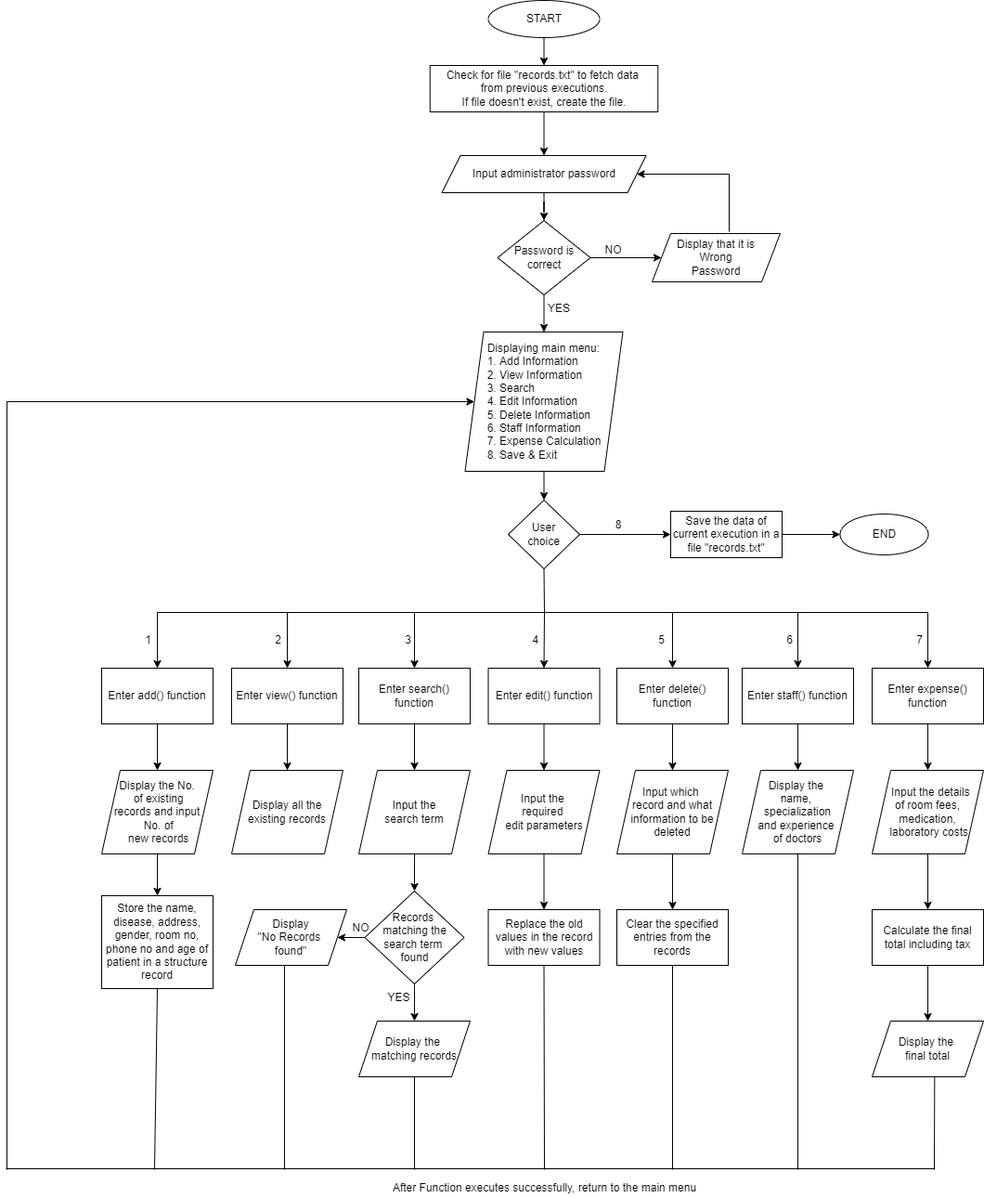
Earlier version of the draw.io export Flowchart.png (adivishnu-a/Hospital-Management-System). Source tidied: cells renumbered, new cells last; positions are measured from the earlier drawing's top-left corner, leaving out a move shared by most shapes.
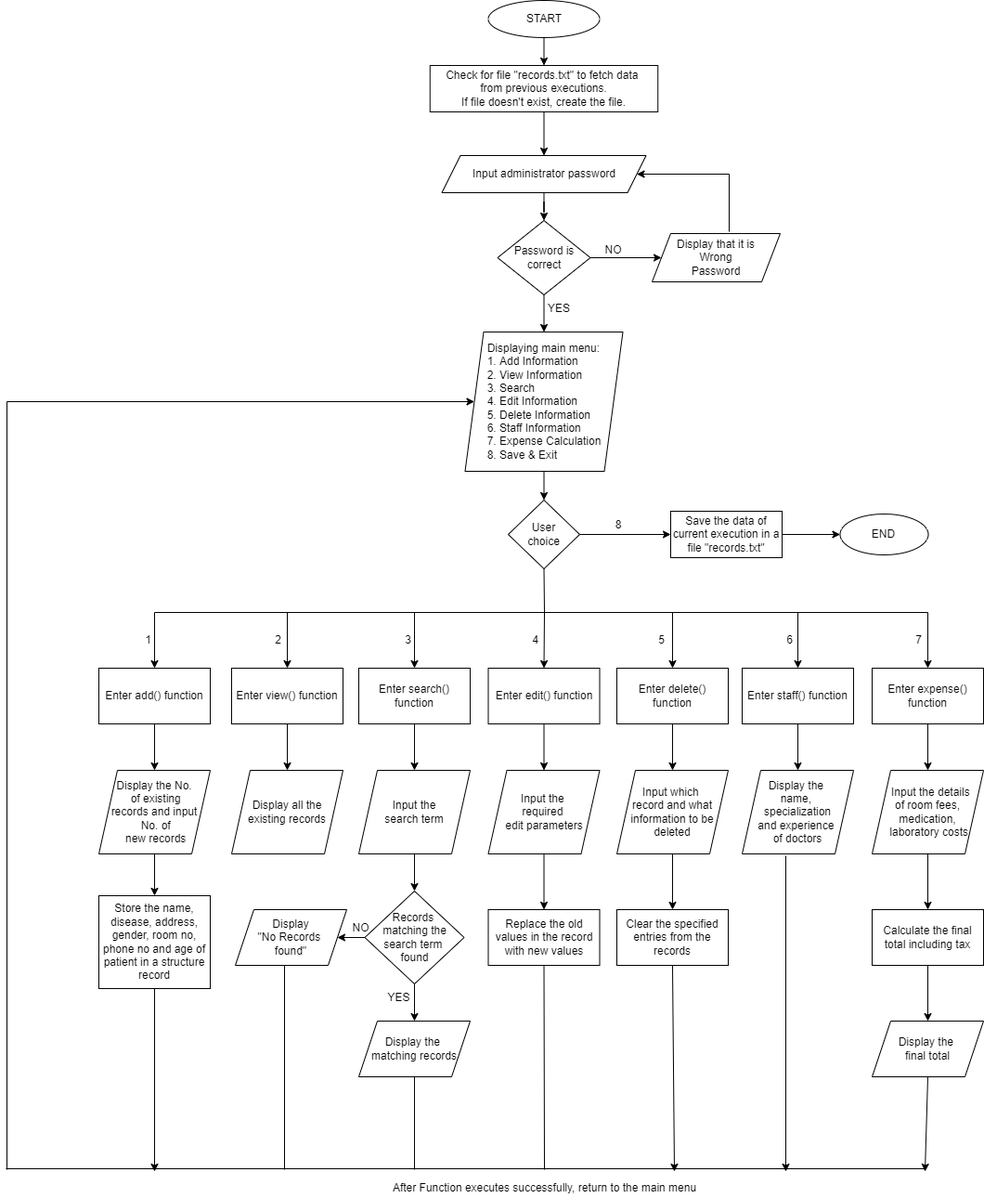
Above is the later version.

Diff of the diagram source:
```diff
@@ -77,13 +77,13 @@
     </mxCell>
     <mxCell id="24" style="endArrow=none;html=1;rounded=0;" parent="1" edge="1">
       <mxGeometry relative="1" as="geometry">
-        <mxPoint x="163" y="659" as="sourcePoint" />
+        <mxPoint x="160" y="659" as="sourcePoint" />
         <mxPoint x="993" y="659" as="targetPoint" />
       </mxGeometry>
     </mxCell>
     <mxCell id="25" style="endArrow=classic;html=1;rounded=0;entryX=0.5;entryY=0;entryDx=0;entryDy=0;" parent="1" edge="1" target="28">
       <mxGeometry relative="1" as="geometry">
-        <mxPoint x="163" y="659" as="sourcePoint" />
+        <mxPoint x="160" y="659" as="sourcePoint" />
       </mxGeometry>
     </mxCell>
     <mxCell id="26" style="endArrow=classic;html=1;rounded=0;entryX=0.5;entryY=0;entryDx=0;entryDy=0;" parent="1" edge="1" target="30">
@@ -95,7 +95,7 @@
       <mxGeometry relative="1" as="geometry" />
     </mxCell>
     <mxCell id="28" value="Enter add() function" style="rounded=0;whiteSpace=wrap;html=1;" parent="1" vertex="1">
-      <mxGeometry x="103" y="719" width="120" height="60" as="geometry" />
+      <mxGeometry x="100" y="719" width="120" height="60" as="geometry" />
     </mxCell>
     <mxCell id="29" style="edgeStyle=none;rounded=0;jettySize=auto;html=1;fontColor=#3399FF;" parent="1" edge="1" source="30" target="55">
       <mxGeometry relative="1" as="geometry" />
@@ -183,7 +183,7 @@
       <mxGeometry relative="1" as="geometry" />
     </mxCell>
     <mxCell id="54" value="&lt;div&gt;&lt;span&gt;&amp;nbsp;Display the No. &lt;br&gt;&amp;nbsp; of existing &lt;br&gt;records and input&lt;br&gt;&amp;nbsp;No. of&lt;br&gt;&amp;nbsp;new records&lt;/span&gt;&lt;/div&gt;" style="shape=parallelogram;perimeter=parallelogramPerimeter;whiteSpace=wrap;html=1;fixedSize=1;rounded=0;align=center;" parent="1" vertex="1">
-      <mxGeometry x="103" y="829" width="120" height="90" as="geometry" />
+      <mxGeometry x="100" y="829" width="120" height="90" as="geometry" />
     </mxCell>
     <mxCell id="55" value="Display all the existing records" style="shape=parallelogram;perimeter=parallelogramPerimeter;whiteSpace=wrap;html=1;fixedSize=1;rounded=0;" parent="1" vertex="1">
       <mxGeometry x="243" y="829" width="120" height="90" as="geometry" />
@@ -237,7 +237,7 @@
       <mxGeometry x="793" y="829" width="120" height="90" as="geometry" />
     </mxCell>
     <mxCell id="72" value="Store the name, disease, address, gender, room no, phone no and age of patient in a structure record" style="whiteSpace=wrap;html=1;rounded=0;" parent="1" vertex="1">
-      <mxGeometry x="103" y="964" width="120" height="100" as="geometry" />
+      <mxGeometry x="100" y="964" width="120" height="100" as="geometry" />
     </mxCell>
     <mxCell id="73" style="edgeStyle=none;rounded=0;jettySize=auto;html=1;fontColor=#000000;" parent="1" edge="1" source="74" target="76">
       <mxGeometry relative="1" as="geometry" />
@@ -257,27 +257,12 @@
     <mxCell id="78" style="endArrow=none;html=1;rounded=0;fontColor=#000000;" parent="1" edge="1">
       <mxGeometry relative="1" as="geometry">
         <mxPoint y="1258" as="sourcePoint" />
-        <mxPoint x="1000" y="1258" as="targetPoint" />
+        <mxPoint x="990" y="1258" as="targetPoint" />
         <Array as="points">
           <mxPoint x="580" y="1258" />
         </Array>
       </mxGeometry>
     </mxCell>
-    <mxCell id="79" style="endArrow=none;html=1;rounded=0;fontColor=#000000;entryX=0.561;entryY=0.994;entryDx=0;entryDy=0;entryPerimeter=0;" parent="1" edge="1" target="77">
-      <mxGeometry relative="1" as="geometry">
-        <mxPoint x="1000" y="1259" as="sourcePoint" />
-      </mxGeometry>
-    </mxCell>
-    <mxCell id="80" style="endArrow=none;html=1;rounded=0;fontColor=#000000;entryX=0.5;entryY=1;entryDx=0;entryDy=0;" parent="1" edge="1" target="71">
-      <mxGeometry relative="1" as="geometry">
-        <mxPoint x="853" y="1259" as="sourcePoint" />
-      </mxGeometry>
-    </mxCell>
-    <mxCell id="81" style="endArrow=none;html=1;rounded=0;fontColor=#000000;entryX=0.5;entryY=1;entryDx=0;entryDy=0;" parent="1" edge="1" target="70">
-      <mxGeometry relative="1" as="geometry">
-        <mxPoint x="718" y="1259" as="sourcePoint" />
-      </mxGeometry>
-    </mxCell>
     <mxCell id="82" style="endArrow=none;html=1;rounded=0;fontColor=#000000;entryX=0.5;entryY=1;entryDx=0;entryDy=0;" parent="1" edge="1" target="67">
       <mxGeometry relative="1" as="geometry">
         <mxPoint x="580" y="1259" as="sourcePoint" />
@@ -294,11 +279,6 @@
         <mxPoint x="300" y="1039" as="targetPoint" />
       </mxGeometry>
     </mxCell>
-    <mxCell id="85" style="endArrow=none;html=1;rounded=0;fontColor=#000000;entryX=0.5;entryY=1;entryDx=0;entryDy=0;" parent="1" edge="1" target="72">
-      <mxGeometry relative="1" as="geometry">
-        <mxPoint x="160" y="1259" as="sourcePoint" />
-      </mxGeometry>
-    </mxCell>
     <mxCell id="86" style="endArrow=classic;html=1;rounded=0;fontColor=#000000;entryX=0;entryY=0.5;entryDx=0;entryDy=0;" parent="1" edge="1" target="10">
       <mxGeometry relative="1" as="geometry">
         <mxPoint x="1" y="1259" as="sourcePoint" />
@@ -310,5 +290,26 @@
     <mxCell id="87" value="After Function executes successfully, return to the main menu" style="text;html=1;align=center;verticalAlign=middle;strokeColor=none;fillColor=none;fontColor=#000000;rotation=0;" parent="1" vertex="1">
       <mxGeometry x="409.5" y="1269" width="340" height="20" as="geometry" />
     </mxCell>
+    <mxCell id="88" style="endArrow=classic;html=1;rounded=0;fontColor=#000000;exitX=0.5;exitY=1;exitDx=0;exitDy=0;" parent="1" edge="1" source="72">
+      <mxGeometry relative="1" as="geometry">
+        <mxPoint x="160" y="1261" as="targetPoint" />
+      </mxGeometry>
+    </mxCell>
+    <mxCell id="89" style="endArrow=classic;html=1;rounded=0;fontColor=#000000;exitX=0.5;exitY=1;exitDx=0;exitDy=0;" parent="1" edge="1" source="77">
+      <mxGeometry relative="1" as="geometry">
+        <mxPoint x="990" y="1261" as="targetPoint" />
+      </mxGeometry>
+    </mxCell>
+    <mxCell id="90" style="endArrow=classic;html=1;rounded=0;fontColor=#000000;" parent="1" edge="1">
+      <mxGeometry relative="1" as="geometry">
+        <mxPoint x="840" y="921" as="sourcePoint" />
+        <mxPoint x="840" y="1261" as="targetPoint" />
+      </mxGeometry>
+    </mxCell>
+    <mxCell id="91" style="endArrow=classic;html=1;rounded=0;fontColor=#000000;exitX=0.5;exitY=1;exitDx=0;exitDy=0;" parent="1" edge="1" source="70">
+      <mxGeometry relative="1" as="geometry">
+        <mxPoint x="720" y="1261" as="targetPoint" />
+      </mxGeometry>
+    </mxCell>
   </root>
 </mxGraphModel>
```
